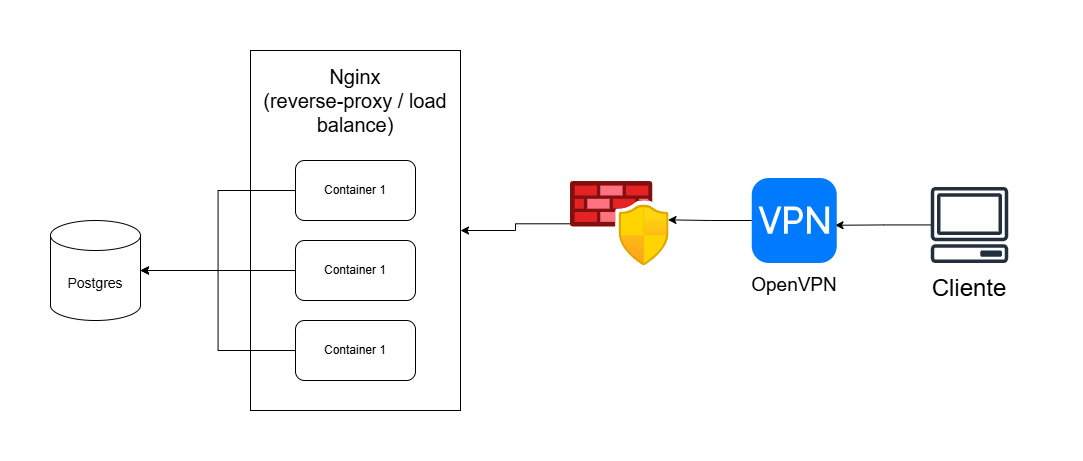
Above: diagrama.png in BrunoVieira003/projeto-redes-computadores (draw.io), before the change. Source tidied: cells renumbered, new cells last; positions are measured from the earlier drawing's top-left corner, leaving out a move shared by most shapes. Source of this version:
```xml
<mxGraphModel>
  <root>
    <mxCell id="0" />
    <mxCell id="1" parent="0" />
    <mxCell id="2" style="rounded=0;whiteSpace=wrap;html=1;" parent="1" vertex="1">
      <mxGeometry x="200" width="210" height="360" as="geometry" />
    </mxCell>
    <mxCell id="3" value="Container 1" style="rounded=1;whiteSpace=wrap;html=1;" parent="1" vertex="1">
      <mxGeometry x="245" y="110" width="120" height="60" as="geometry" />
    </mxCell>
    <mxCell id="4" value="Container 1" style="rounded=1;whiteSpace=wrap;html=1;" parent="1" vertex="1">
      <mxGeometry x="245" y="190" width="120" height="60" as="geometry" />
    </mxCell>
    <mxCell id="5" value="Container 1" style="rounded=1;whiteSpace=wrap;html=1;" parent="1" vertex="1">
      <mxGeometry x="245" y="270" width="120" height="60" as="geometry" />
    </mxCell>
    <mxCell id="6" value="Nginx&lt;div&gt;(reverse-proxy / load balance)&lt;/div&gt;" style="text;html=1;align=center;verticalAlign=middle;whiteSpace=wrap;rounded=0;fontSize=20;" parent="1" vertex="1">
      <mxGeometry x="190" width="230" height="100" as="geometry" />
    </mxCell>
    <mxCell id="7" value="Postgres" style="shape=cylinder3;whiteSpace=wrap;html=1;boundedLbl=1;backgroundOutline=1;size=15;fontSize=14;" parent="1" vertex="1">
      <mxGeometry y="170" width="90" height="100" as="geometry" />
    </mxCell>
    <mxCell id="8" style="edgeStyle=orthogonalEdgeStyle;rounded=0;jettySize=auto;html=1;entryX=1;entryY=0.5;entryDx=0;entryDy=0;entryPerimeter=0;" parent="1" edge="1" source="3" target="7">
      <mxGeometry relative="1" as="geometry" />
    </mxCell>
    <mxCell id="9" style="edgeStyle=orthogonalEdgeStyle;rounded=0;jettySize=auto;html=1;entryX=1;entryY=0.5;entryDx=0;entryDy=0;entryPerimeter=0;" parent="1" edge="1" source="4" target="7">
      <mxGeometry relative="1" as="geometry" />
    </mxCell>
    <mxCell id="10" style="edgeStyle=orthogonalEdgeStyle;rounded=0;jettySize=auto;html=1;entryX=1;entryY=0.5;entryDx=0;entryDy=0;entryPerimeter=0;" parent="1" edge="1" source="5" target="7">
      <mxGeometry relative="1" as="geometry" />
    </mxCell>
    <mxCell id="11" style="edgeStyle=orthogonalEdgeStyle;rounded=0;jettySize=auto;html=1;entryX=0.98;entryY=0.556;entryDx=0;entryDy=0;entryPerimeter=0;" parent="1" edge="1" source="19" target="13">
      <mxGeometry relative="1" as="geometry" />
    </mxCell>
    <mxCell id="12" style="group;" parent="1" vertex="1">
      <mxGeometry x="690" y="127.5" width="107.5" height="122.5" as="geometry" />
    </mxCell>
    <mxCell id="13" style="html=1;strokeWidth=1;shadow=0;dashed=0;shape=mxgraph.ios7.misc.vpn;fillColor=#007AFF;strokeColor=none;buttonText=;strokeColor2=#222222;fontColor=#222222;fontSize=8;verticalLabelPosition=bottom;verticalAlign=top;align=center;sketch=0;" parent="12" vertex="1">
      <mxGeometry x="11.2" width="85" height="85" as="geometry" />
    </mxCell>
    <mxCell id="14" value="OpenVPN" style="text;html=1;align=center;verticalAlign=middle;whiteSpace=wrap;rounded=0;fontSize=19;" parent="12" vertex="1">
      <mxGeometry y="92.5" width="107.5" height="30" as="geometry" />
    </mxCell>
    <mxCell id="15" style="edgeStyle=orthogonalEdgeStyle;rounded=0;jettySize=auto;html=1;entryX=1;entryY=0.5;entryDx=0;entryDy=0;" parent="1" edge="1" source="16" target="2">
      <mxGeometry relative="1" as="geometry" />
    </mxCell>
    <mxCell id="16" style="image;html=1;points=[];align=center;fontSize=12;image=img/lib/azure2/networking/Azure_Firewall_Manager.svg;" parent="1" vertex="1">
      <mxGeometry x="520" y="131" width="98.6" height="84.5" as="geometry" />
    </mxCell>
    <mxCell id="17" style="edgeStyle=orthogonalEdgeStyle;rounded=0;jettySize=auto;html=1;entryX=0.989;entryY=0.454;entryDx=0;entryDy=0;entryPerimeter=0;" parent="1" edge="1" source="13" target="16">
      <mxGeometry relative="1" as="geometry" />
    </mxCell>
    <mxCell id="18" style="group;" parent="1" vertex="1">
      <mxGeometry x="856" y="136.5" width="126" height="123.5" as="geometry" />
    </mxCell>
    <mxCell id="19" style="sketch=0;outlineConnect=0;fontColor=#232F3E;gradientColor=none;fillColor=#232F3D;strokeColor=none;dashed=0;verticalLabelPosition=bottom;verticalAlign=top;align=center;html=1;fontSize=12;fontStyle=0;shape=mxgraph.aws4.client;" parent="18" vertex="1">
      <mxGeometry x="24" width="78" height="76" as="geometry" />
    </mxCell>
    <mxCell id="20" value="Cliente" style="text;html=1;align=center;verticalAlign=middle;whiteSpace=wrap;rounded=0;fontSize=24;" parent="18" vertex="1">
      <mxGeometry y="79" width="126" height="44.5" as="geometry" />
    </mxCell>
  </root>
</mxGraphModel>
```
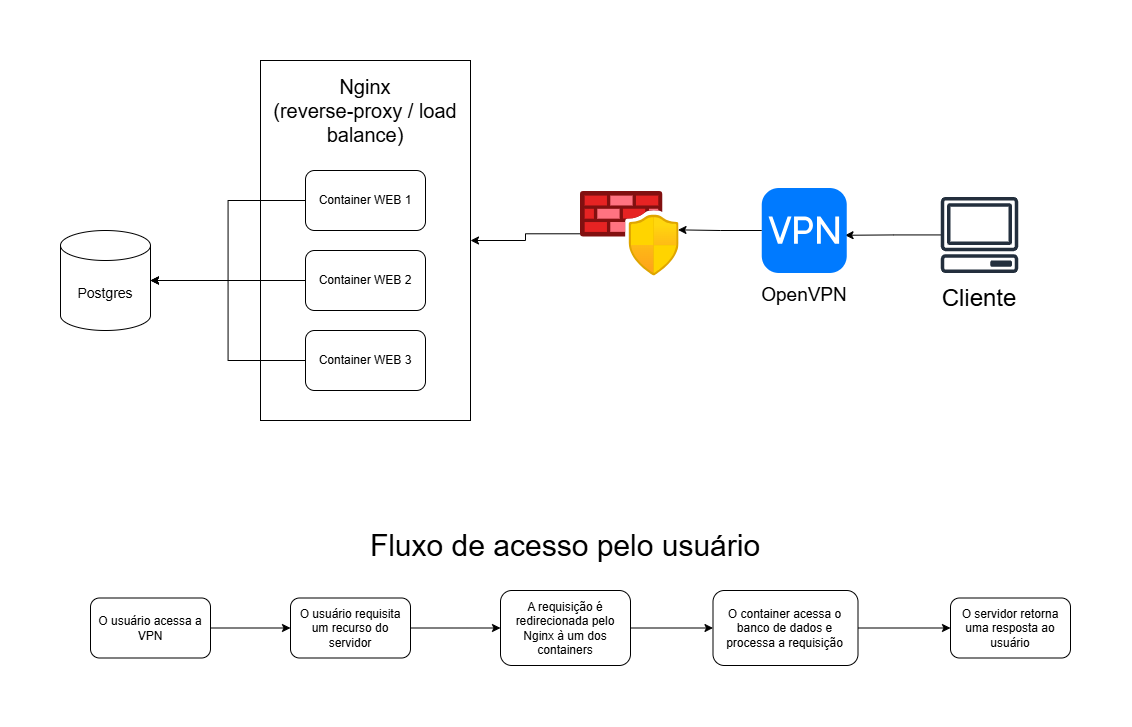
The same diagram one commit later.

Commit message:
atualiza diagrama

Change to the diagram source:
```diff
@@ -5,13 +5,13 @@
     <mxCell id="2" style="rounded=0;whiteSpace=wrap;html=1;" parent="1" vertex="1">
       <mxGeometry x="200" width="210" height="360" as="geometry" />
     </mxCell>
-    <mxCell id="3" value="Container 1" style="rounded=1;whiteSpace=wrap;html=1;" parent="1" vertex="1">
+    <mxCell id="3" value="Container WEB 1" style="rounded=1;whiteSpace=wrap;html=1;" parent="1" vertex="1">
       <mxGeometry x="245" y="110" width="120" height="60" as="geometry" />
     </mxCell>
-    <mxCell id="4" value="Container 1" style="rounded=1;whiteSpace=wrap;html=1;" parent="1" vertex="1">
+    <mxCell id="4" value="Container WEB 2" style="rounded=1;whiteSpace=wrap;html=1;" parent="1" vertex="1">
       <mxGeometry x="245" y="190" width="120" height="60" as="geometry" />
     </mxCell>
-    <mxCell id="5" value="Container 1" style="rounded=1;whiteSpace=wrap;html=1;" parent="1" vertex="1">
+    <mxCell id="5" value="Container WEB 3" style="rounded=1;whiteSpace=wrap;html=1;" parent="1" vertex="1">
       <mxGeometry x="245" y="270" width="120" height="60" as="geometry" />
     </mxCell>
     <mxCell id="6" value="Nginx&lt;div&gt;(reverse-proxy / load balance)&lt;/div&gt;" style="text;html=1;align=center;verticalAlign=middle;whiteSpace=wrap;rounded=0;fontSize=20;" parent="1" vertex="1">
@@ -59,5 +59,35 @@
     <mxCell id="20" value="Cliente" style="text;html=1;align=center;verticalAlign=middle;whiteSpace=wrap;rounded=0;fontSize=24;" parent="18" vertex="1">
       <mxGeometry y="79" width="126" height="44.5" as="geometry" />
     </mxCell>
+    <mxCell id="21" style="edgeStyle=orthogonalEdgeStyle;rounded=0;jettySize=auto;html=1;" parent="1" edge="1" source="22" target="24">
+      <mxGeometry relative="1" as="geometry" />
+    </mxCell>
+    <mxCell id="22" value="O usuário acessa a VPN" style="rounded=1;whiteSpace=wrap;html=1;" parent="1" vertex="1">
+      <mxGeometry x="30" y="537.5" width="120" height="60" as="geometry" />
+    </mxCell>
+    <mxCell id="23" style="edgeStyle=orthogonalEdgeStyle;rounded=0;jettySize=auto;html=1;" parent="1" edge="1" source="24" target="26">
+      <mxGeometry relative="1" as="geometry" />
+    </mxCell>
+    <mxCell id="24" value="O usuário requisita um recurso do servidor" style="whiteSpace=wrap;html=1;rounded=1;" parent="1" vertex="1">
+      <mxGeometry x="230" y="537.5" width="120" height="60" as="geometry" />
+    </mxCell>
+    <mxCell id="25" style="edgeStyle=orthogonalEdgeStyle;rounded=0;jettySize=auto;html=1;" parent="1" edge="1" source="26" target="28">
+      <mxGeometry relative="1" as="geometry" />
+    </mxCell>
+    <mxCell id="26" value="A requisição é redirecionada pelo Nginx à um dos containers" style="whiteSpace=wrap;html=1;rounded=1;" parent="1" vertex="1">
+      <mxGeometry x="440" y="530" width="130" height="75" as="geometry" />
+    </mxCell>
+    <mxCell id="27" style="edgeStyle=orthogonalEdgeStyle;rounded=0;jettySize=auto;html=1;" parent="1" edge="1" source="28" target="29">
+      <mxGeometry relative="1" as="geometry" />
+    </mxCell>
+    <mxCell id="28" value="O container acessa o banco de dados e processa a requisição" style="whiteSpace=wrap;html=1;rounded=1;" parent="1" vertex="1">
+      <mxGeometry x="652.5" y="530" width="145" height="75" as="geometry" />
+    </mxCell>
+    <mxCell id="29" value="O servidor retorna uma resposta ao usuário" style="whiteSpace=wrap;html=1;rounded=1;" parent="1" vertex="1">
+      <mxGeometry x="890" y="537.5" width="120" height="60" as="geometry" />
+    </mxCell>
+    <mxCell id="30" value="Fluxo de acesso pelo usuário" style="text;html=1;align=center;verticalAlign=middle;whiteSpace=wrap;rounded=0;fontSize=30;" parent="1" vertex="1">
+      <mxGeometry x="240" y="450" width="530" height="70" as="geometry" />
+    </mxCell>
   </root>
 </mxGraphModel>
```
